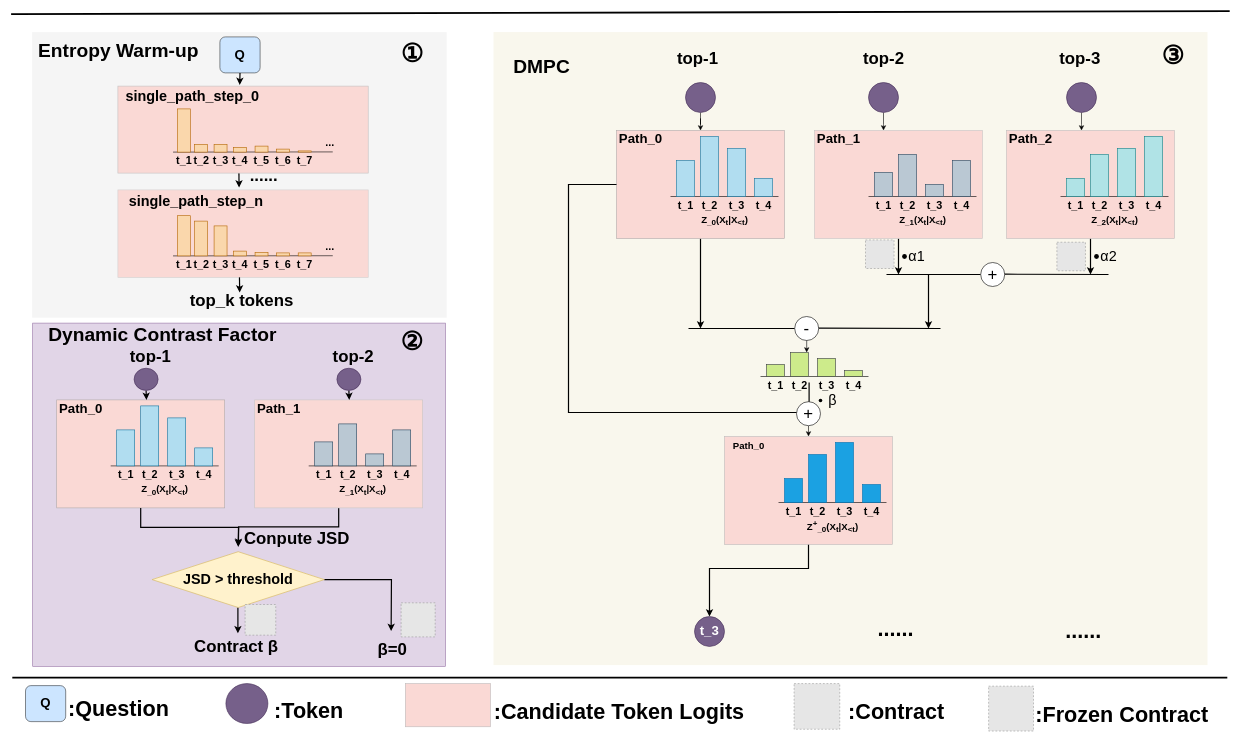
Earlier version of the draw.io diagram drawio_images/MPCR.drawio (zty-king/zty-king). Source tidied: cells renumbered, new cells numbered last; positions are measured from the earlier drawing's top-left corner, leaving out a move shared by most shapes. Both pictures are drawn from the tidied source at 60%, with x=0, y=0 at pixel (11, 11). Pictures stored in the file or linked from it are replaced by grey dashed boxes.
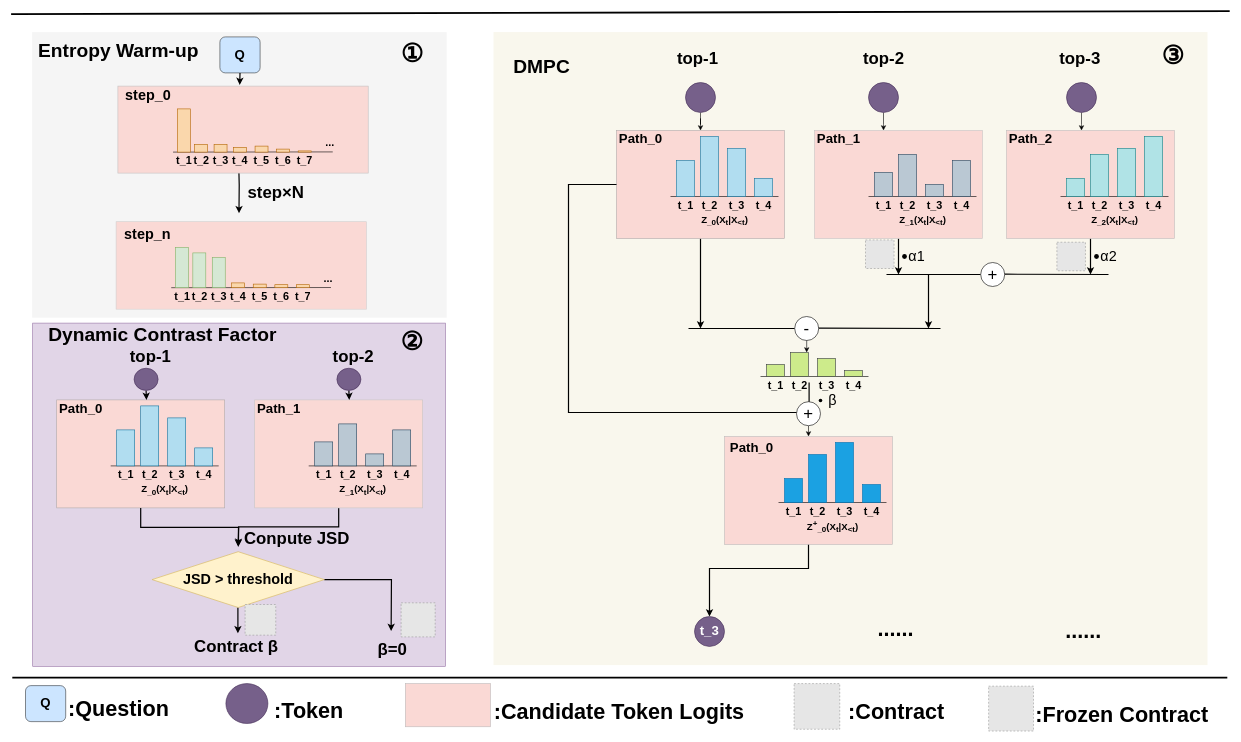
Above is the later version.

The change refers to these unchanged cells:
```xml
<mxCell id="2" style="rounded=0;whiteSpace=wrap;html=1;fillColor=#f5f5f5;strokeColor=none;fontColor=#333333;" parent="1" vertex="1">
  <mxGeometry x="35" y="35" width="691" height="476" as="geometry" />
</mxCell>
<mxCell id="93" style="group;" parent="1" vertex="1">
  <mxGeometry x="1179" y="709" width="290" height="180" as="geometry" />
</mxCell>
<mxCell id="129" style="group;" parent="1" vertex="1">
  <mxGeometry x="178" y="125" width="417.2" height="145" as="geometry" />
</mxCell>
<mxCell id="131" style="group;fontSize=18;fontStyle=1;" parent="129" vertex="1">
  <mxGeometry x="91.9" y="10" width="152.1" height="135" as="geometry" />
</mxCell>
<mxCell id="151" style="group;fontSize=18;fontStyle=1;" parent="149" vertex="1">
  <mxGeometry x="91.9" y="10" width="158.6" height="135" as="geometry" />
</mxCell>
```

The edit, as a diff of the source:
```diff
@@
-    <mxCell id="11" value="&lt;font&gt;......&lt;/font&gt;" style="text;html=1;align=center;verticalAlign=middle;strokeColor=none;fillColor=none;fontStyle=1;fontSize=28;" parent="1" vertex="1">
-      <mxGeometry x="388" y="250" width="65" height="46" as="geometry" />
+    <mxCell id="11" value="&lt;font style=&quot;font-size: 28px;&quot;&gt;step×N&lt;/font&gt;" style="text;html=1;align=center;verticalAlign=middle;strokeColor=none;fillColor=none;fontStyle=1;fontSize=25;" parent="1" vertex="1">
+      <mxGeometry x="387" y="279" width="108" height="46" as="geometry" />
     </mxCell>
@@
-    <mxCell id="106" value="&lt;span style=&quot;font-size: 16px;&quot;&gt;&lt;b&gt;Path_0&lt;/b&gt;&lt;/span&gt;" style="text;html=1;align=center;verticalAlign=middle;strokeColor=none;fillColor=none;" parent="93" vertex="1">
-      <mxGeometry x="10" width="80" height="30" as="geometry" />
+    <mxCell id="106" value="&lt;b&gt;&lt;font&gt;Path_0&lt;/font&gt;&lt;/b&gt;" style="text;html=1;align=center;verticalAlign=middle;strokeColor=none;fillColor=none;fontSize=22;" parent="93" vertex="1">
+      <mxGeometry x="5" width="100" height="40" as="geometry" />
     </mxCell>
@@
-    <mxCell id="112" style="edgeStyle=orthogonalEdgeStyle;rounded=0;orthogonalLoop=1;jettySize=auto;html=1;exitX=0.5;exitY=1;exitDx=0;exitDy=0;strokeWidth=2;" parent="1" edge="1">
+    <mxCell id="112" style="edgeStyle=orthogonalEdgeStyle;rounded=0;jettySize=auto;html=1;exitX=0.5;exitY=1;exitDx=0;exitDy=0;strokeWidth=2;entryX=0.499;entryY=0.634;entryDx=0;entryDy=0;entryPerimeter=0;" parent="1" edge="1" target="2">
       <mxGeometry relative="1" as="geometry">
         <mxPoint x="379.7" y="269" as="sourcePoint" />
-        <mxPoint x="380" y="294" as="targetPoint" />
       </mxGeometry>
     </mxCell>
-    <mxCell id="113" value="&lt;font&gt;top_k tokens&lt;/font&gt;" style="text;html=1;align=center;verticalAlign=middle;strokeColor=none;fillColor=none;fontStyle=1;fontSize=28;" parent="1" vertex="1">
-      <mxGeometry x="295" y="459" width="177" height="46" as="geometry" />
-    </mxCell>
@@
-    <mxCell id="136" value="&lt;span style=&quot;&quot;&gt;&lt;font style=&quot;font-size: 24px;&quot;&gt;single_path_step_0&lt;/font&gt;&lt;/span&gt;" style="text;html=1;align=center;verticalAlign=middle;strokeColor=none;fillColor=none;fontStyle=1;" parent="131" vertex="1">
-      <mxGeometry x="-80.9" y="-13" width="226" height="41" as="geometry" />
-    </mxCell>
@@
+    <mxCell id="136" value="&lt;span style=&quot;&quot;&gt;&lt;font style=&quot;font-size: 24px;&quot;&gt;step_0&lt;/font&gt;&lt;/span&gt;" style="text;html=1;align=center;verticalAlign=middle;strokeColor=none;fillColor=none;fontStyle=1;" parent="129" vertex="1">
+      <mxGeometry x="5" y="-5" width="90" height="41" as="geometry" />
+    </mxCell>
     <mxCell id="149" style="group;" parent="1" vertex="1">
-      <mxGeometry x="178" y="298" width="417.2" height="145.8" as="geometry" />
+      <mxGeometry x="175" y="351" width="417.2" height="145.8" as="geometry" />
     </mxCell>
@@
-    <mxCell id="156" value="&lt;b style=&quot;&quot;&gt;&lt;font style=&quot;font-size: 24px;&quot;&gt;single_path_step_n&lt;/font&gt;&lt;/b&gt;" style="text;html=1;align=center;verticalAlign=middle;strokeColor=none;fillColor=none;" parent="151" vertex="1">
-      <mxGeometry x="-83.4" y="-12" width="242" height="41" as="geometry" />
-    </mxCell>
@@
-    <mxCell id="158" style="rounded=0;whiteSpace=wrap;html=1;fillColor=#fad7ac;strokeColor=#b46504;fontSize=18;fontStyle=1;" parent="149" vertex="1">
+    <mxCell id="158" style="rounded=0;whiteSpace=wrap;html=1;fillColor=#d5e8d4;strokeColor=#82b366;fontSize=18;fontStyle=1;" parent="149" vertex="1">
       <mxGeometry x="99.1" y="43" width="21.6" height="67" as="geometry" />
     </mxCell>
-    <mxCell id="159" style="rounded=0;whiteSpace=wrap;html=1;fillColor=#fad7ac;strokeColor=#b46504;fontSize=18;fontStyle=1;" parent="149" vertex="1">
+    <mxCell id="159" style="rounded=0;whiteSpace=wrap;html=1;fillColor=#d5e8d4;strokeColor=#82b366;fontSize=18;fontStyle=1;" parent="149" vertex="1">
       <mxGeometry x="127.9" y="52" width="21.6" height="58" as="geometry" />
     </mxCell>
-    <mxCell id="160" style="rounded=0;whiteSpace=wrap;html=1;fillColor=#fad7ac;strokeColor=#b46504;fontSize=18;fontStyle=1;" parent="149" vertex="1">
+    <mxCell id="160" style="rounded=0;whiteSpace=wrap;html=1;fillColor=#d5e8d4;strokeColor=#82b366;fontSize=18;fontStyle=1;" parent="149" vertex="1">
       <mxGeometry x="160.3" y="60" width="21.6" height="50" as="geometry" />
     </mxCell>
@@
+    <mxCell id="156" value="&lt;b style=&quot;&quot;&gt;&lt;font style=&quot;font-size: 24px;&quot;&gt;step_n&lt;/font&gt;&lt;/b&gt;" style="text;html=1;align=center;verticalAlign=middle;strokeColor=none;fillColor=none;" parent="149" vertex="1">
+      <mxGeometry x="4.1" width="95" height="41" as="geometry" />
+    </mxCell>
@@
-    <mxCell id="220" style="edgeStyle=orthogonalEdgeStyle;rounded=0;orthogonalLoop=1;jettySize=auto;html=1;strokeWidth=2;" parent="1" edge="1">
-      <mxGeometry relative="1" as="geometry">
-        <mxPoint x="380.6" y="443.8" as="sourcePoint" />
-        <mxPoint x="381" y="469" as="targetPoint" />
-      </mxGeometry>
-    </mxCell>
```
